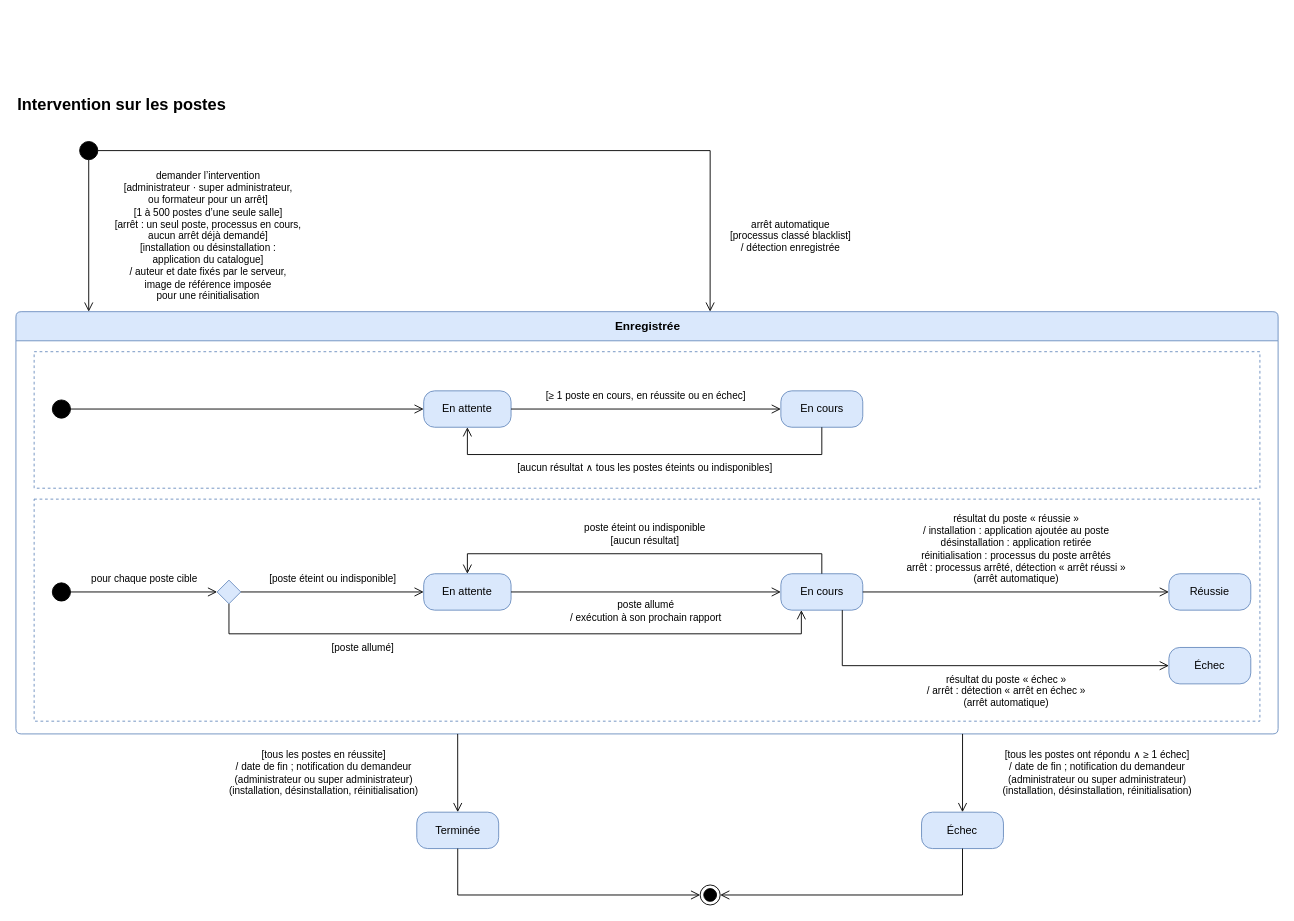
The draw.io diagram page "Intervention sur les postes" (2 of 4) of docs/02-ANALYSE/03-ANALYSE/01-DIAGRAMMES-ETATS.drawio in bpierrelouis/aster, before the edit. Source tidied: cells renumbered, new cells numbered last; positions are measured from the earlier drawing's top-left corner, leaving out a move shared by most shapes. Both pictures are drawn from the tidied source at 91%, with x=0, y=0 at pixel (15, 91).
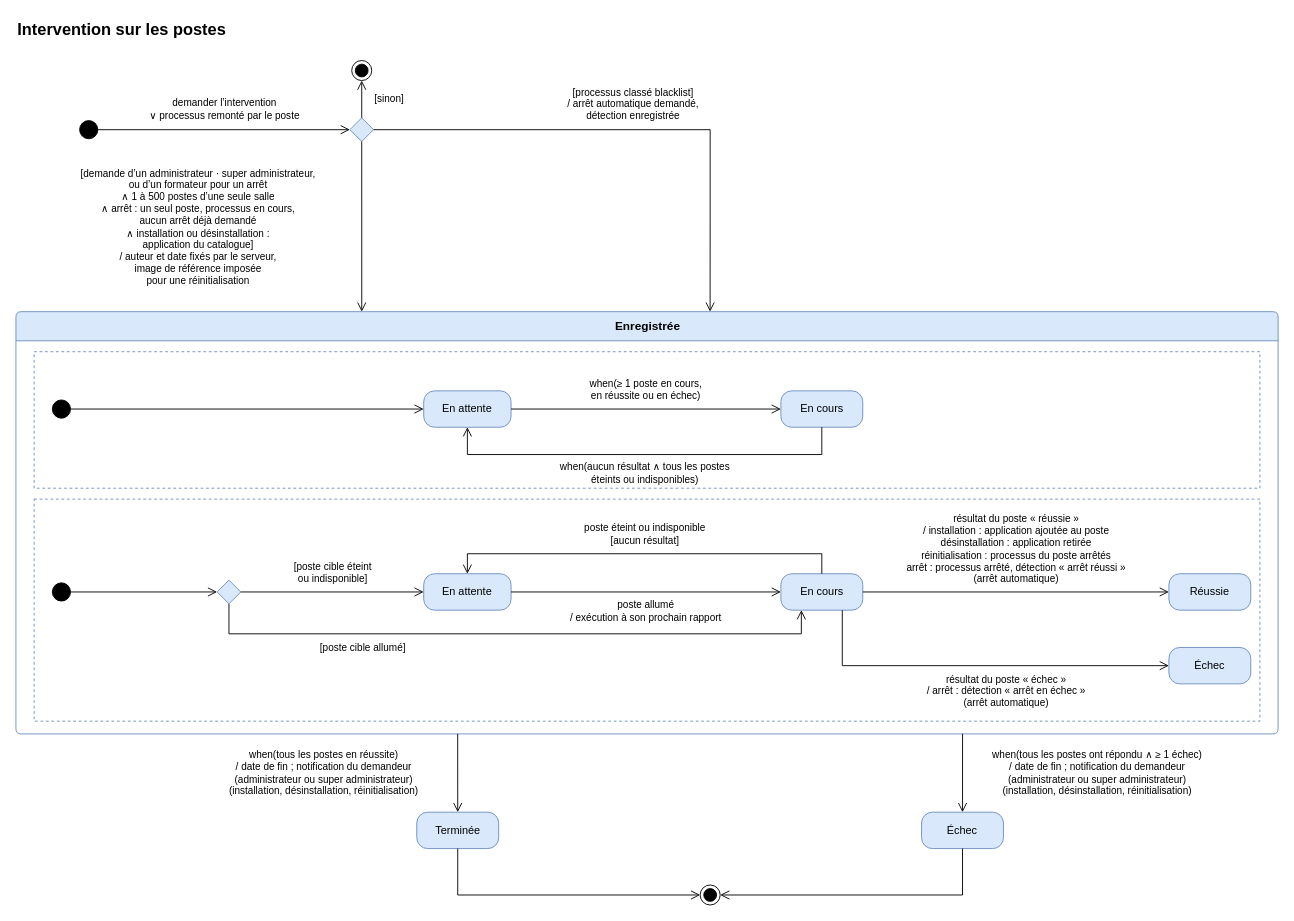
The same page after the edit.

The change refers to these unchanged cells:
```xml
<mxCell id="4" value="Enregistrée" style="swimlane;html=1;rounded=1;arcSize=6;startSize=32;fontSize=13;fontStyle=1;fillColor=#dae8fc;strokeColor=#6c8ebf;swimlaneFillColor=#ffffff;" parent="1" vertex="1">
  <mxGeometry y="242" width="1387" height="464" as="geometry" />
</mxCell>
<mxCell id="8" value="En attente" style="rounded=1;arcSize=30;whiteSpace=wrap;html=1;fontSize=12;fillColor=#dae8fc;strokeColor=#6c8ebf;" parent="5" vertex="1">
  <mxGeometry x="428.1" y="43" width="96" height="40" as="geometry" />
</mxCell>
<mxCell id="9" value="En cours" style="rounded=1;arcSize=30;whiteSpace=wrap;html=1;fontSize=12;fillColor=#dae8fc;strokeColor=#6c8ebf;" parent="5" vertex="1">
  <mxGeometry x="820.6" y="43" width="90" height="40" as="geometry" />
</mxCell>
<mxCell id="10" style="ellipse;html=1;fillColor=#000000;strokeColor=#000000;fontSize=11;" parent="6" vertex="1">
  <mxGeometry x="20" y="92" width="20" height="20" as="geometry" />
</mxCell>
<mxCell id="11" style="rhombus;html=1;fillColor=#dae8fc;strokeColor=#6c8ebf;" parent="6" vertex="1">
  <mxGeometry x="201.1" y="89" width="26" height="26" as="geometry" />
</mxCell>
<mxCell id="12" value="En attente" style="rounded=1;arcSize=30;whiteSpace=wrap;html=1;fontSize=12;fillColor=#dae8fc;strokeColor=#6c8ebf;" parent="6" vertex="1">
  <mxGeometry x="428.1" y="82" width="96" height="40" as="geometry" />
</mxCell>
<mxCell id="13" value="En cours" style="rounded=1;arcSize=30;whiteSpace=wrap;html=1;fontSize=12;fillColor=#dae8fc;strokeColor=#6c8ebf;" parent="6" vertex="1">
  <mxGeometry x="820.6" y="82" width="90" height="40" as="geometry" />
</mxCell>
<mxCell id="16" value="Terminée" style="rounded=1;arcSize=30;whiteSpace=wrap;html=1;fontSize=12;fillColor=#dae8fc;strokeColor=#6c8ebf;" parent="1" vertex="1">
  <mxGeometry x="440.5" y="792" width="90" height="40" as="geometry" />
</mxCell>
<mxCell id="17" value="Échec" style="rounded=1;arcSize=30;whiteSpace=wrap;html=1;fontSize=12;fillColor=#dae8fc;strokeColor=#6c8ebf;" parent="1" vertex="1">
  <mxGeometry x="995.2" y="792" width="90" height="40" as="geometry" />
</mxCell>
```

What changed in the source:
```diff
@@
     <mxCell id="2" value="Intervention sur les postes" style="text;html=1;align=left;verticalAlign=middle;strokeColor=none;fillColor=none;fontSize=18;fontStyle=1;" parent="1" vertex="1">
-      <mxGeometry width="600" height="30" as="geometry" />
+      <mxGeometry y="-83" width="600" height="30" as="geometry" />
     </mxCell>
     <mxCell id="3" style="ellipse;html=1;fillColor=#000000;strokeColor=#000000;fontSize=11;" parent="1" vertex="1">
-      <mxGeometry x="70" y="55" width="20" height="20" as="geometry" />
+      <mxGeometry x="70" y="32" width="20" height="20" as="geometry" />
     </mxCell>
+    <mxCell id="35" style="rhombus;html=1;fillColor=#dae8fc;strokeColor=#6c8ebf;" parent="1" vertex="1">
+      <mxGeometry x="367" y="29" width="26" height="26" as="geometry" />
+    </mxCell>
+    <mxCell id="36" style="ellipse;html=1;shape=endState;fillColor=#000000;strokeColor=#000000;fontSize=11;" parent="1" vertex="1">
+      <mxGeometry x="369" y="-34" width="22" height="22" as="geometry" />
+    </mxCell>
@@
-    <mxCell id="19" value="demander l’intervention&lt;br&gt;[administrateur · super administrateur,&lt;br&gt;ou formateur pour un arrêt]&lt;br&gt;[1 à 500 postes d’une seule salle]&lt;br&gt;[arrêt : un seul poste, processus en cours,&lt;br&gt;aucun arrêt déjà demandé]&lt;br&gt;[installation ou désinstallation :&lt;br&gt;application du catalogue]&lt;br&gt;/ auteur et date fixés par le serveur,&lt;br&gt;image de référence imposée&lt;br&gt;pour une réinitialisation" style="edgeStyle=orthogonalEdgeStyle;endArrow=open;endSize=8;html=1;rounded=0;fontSize=11;labelBackgroundColor=#ffffff;jumpStyle=arc;jumpSize=10;exitX=0.5;exitY=1;exitDx=0;exitDy=0;entryX=0.05767844268204758;entryY=0;entryDx=0;entryDy=0;" parent="1" edge="1" source="3" target="4">
+    <mxCell id="19" value="demander l’intervention&lt;br&gt;∨ processus remonté par le poste" style="edgeStyle=orthogonalEdgeStyle;endArrow=open;endSize=8;html=1;rounded=0;fontSize=11;labelBackgroundColor=#ffffff;jumpStyle=arc;jumpSize=10;exitX=1;exitY=0.5;exitDx=0;exitDy=0;entryX=0;entryY=0.5;entryDx=0;entryDy=0;" parent="1" edge="1" source="3" target="35">
       <mxGeometry relative="1" as="geometry">
-        <mxPoint x="130.6" as="offset" />
+        <mxPoint y="-22" as="offset" />
       </mxGeometry>
     </mxCell>
+    <mxCell id="37" value="[demande d’un administrateur · super administrateur,&lt;br&gt;ou d’un formateur pour un arrêt&lt;br&gt;∧ 1 à 500 postes d’une seule salle&lt;br&gt;∧ arrêt : un seul poste, processus en cours,&lt;br&gt;aucun arrêt déjà demandé&lt;br&gt;∧ installation ou désinstallation :&lt;br&gt;application du catalogue]&lt;br&gt;/ auteur et date fixés par le serveur,&lt;br&gt;image de référence imposée&lt;br&gt;pour une réinitialisation" style="edgeStyle=orthogonalEdgeStyle;endArrow=open;endSize=8;html=1;rounded=0;fontSize=11;labelBackgroundColor=#ffffff;jumpStyle=arc;jumpSize=10;exitX=0.5;exitY=1;exitDx=0;exitDy=0;entryX=0.274;entryY=0;entryDx=0;entryDy=0;" parent="1" edge="1" source="35" target="4">
+      <mxGeometry relative="1" as="geometry">
+        <mxPoint x="-180" as="offset" />
+      </mxGeometry>
+    </mxCell>
+    <mxCell id="38" value="[sinon]" style="edgeStyle=orthogonalEdgeStyle;endArrow=open;endSize=8;html=1;rounded=0;fontSize=11;labelBackgroundColor=#ffffff;jumpStyle=arc;jumpSize=10;exitX=0.5;exitY=0;exitDx=0;exitDy=0;entryX=0.5;entryY=1;entryDx=0;entryDy=0;" parent="1" edge="1" source="35" target="36">
+      <mxGeometry relative="1" as="geometry">
+        <mxPoint x="30" as="offset" />
+      </mxGeometry>
+    </mxCell>
-    <mxCell id="20" value="arrêt automatique&lt;br&gt;[processus classé blacklist]&lt;br&gt;/ détection enregistrée" style="edgeStyle=orthogonalEdgeStyle;endArrow=open;endSize=8;html=1;rounded=0;fontSize=11;labelBackgroundColor=#ffffff;jumpStyle=arc;jumpSize=10;exitX=1;exitY=0.5;exitDx=0;exitDy=0;entryX=0.55;entryY=0;entryDx=0;entryDy=0;" parent="1" edge="1" source="3" target="4">
+    <mxCell id="20" value="[processus classé blacklist]&lt;br&gt;/ arrêt automatique demandé,&lt;br&gt;détection enregistrée" style="edgeStyle=orthogonalEdgeStyle;endArrow=open;endSize=8;html=1;rounded=0;fontSize=11;labelBackgroundColor=#ffffff;jumpStyle=arc;jumpSize=10;exitX=1;exitY=0.5;exitDx=0;exitDy=0;entryX=0.55;entryY=0;entryDx=0;entryDy=0;" parent="1" edge="1" source="35" target="4">
       <mxGeometry relative="1" as="geometry">
         <Array as="points">
-          <mxPoint x="762.9" y="65" />
+          <mxPoint x="762.9" y="42" />
         </Array>
-        <mxPoint x="335.7" y="93.5" as="offset" />
+        <mxPoint y="-28" as="offset" />
       </mxGeometry>
     </mxCell>
-    <mxCell id="21" value="[tous les postes en réussite]&lt;br&gt;/ date de fin ; notification du demandeur&lt;br&gt;(administrateur ou super administrateur)&lt;br&gt;(installation, désinstallation, réinitialisation)" style="edgeStyle=orthogonalEdgeStyle;endArrow=open;endSize=8;html=1;rounded=0;fontSize=11;labelBackgroundColor=#ffffff;jumpStyle=arc;jumpSize=10;exitX=0.35000000000000003;exitY=1;exitDx=0;exitDy=0;entryX=0.5;entryY=0;entryDx=0;entryDy=0;" parent="1" edge="1" source="4" target="16">
+    <mxCell id="21" value="when(tous les postes en réussite)&lt;br&gt;/ date de fin ; notification du demandeur&lt;br&gt;(administrateur ou super administrateur)&lt;br&gt;(installation, désinstallation, réinitialisation)" style="edgeStyle=orthogonalEdgeStyle;endArrow=open;endSize=8;html=1;rounded=0;fontSize=11;labelBackgroundColor=#ffffff;jumpStyle=arc;jumpSize=10;exitX=0.35000000000000003;exitY=1;exitDx=0;exitDy=0;entryX=0.5;entryY=0;entryDx=0;entryDy=0;" parent="1" edge="1" source="4" target="16">
       <mxGeometry relative="1" as="geometry">
         <mxPoint x="-147.6" as="offset" />
       </mxGeometry>
     </mxCell>
-    <mxCell id="22" value="[tous les postes ont répondu ∧ ≥ 1 échec]&lt;br&gt;/ date de fin ; notification du demandeur&lt;br&gt;(administrateur ou super administrateur)&lt;br&gt;(installation, désinstallation, réinitialisation)" style="edgeStyle=orthogonalEdgeStyle;endArrow=open;endSize=8;html=1;rounded=0;fontSize=11;labelBackgroundColor=#ffffff;jumpStyle=arc;jumpSize=10;exitX=0.75;exitY=1;exitDx=0;exitDy=0;entryX=0.5;entryY=0;entryDx=0;entryDy=0;" parent="1" edge="1" source="4" target="17">
+    <mxCell id="22" value="when(tous les postes ont répondu ∧ ≥ 1 échec)&lt;br&gt;/ date de fin ; notification du demandeur&lt;br&gt;(administrateur ou super administrateur)&lt;br&gt;(installation, désinstallation, réinitialisation)" style="edgeStyle=orthogonalEdgeStyle;endArrow=open;endSize=8;html=1;rounded=0;fontSize=11;labelBackgroundColor=#ffffff;jumpStyle=arc;jumpSize=10;exitX=0.75;exitY=1;exitDx=0;exitDy=0;entryX=0.5;entryY=0;entryDx=0;entryDy=0;" parent="1" edge="1" source="4" target="17">
       <mxGeometry relative="1" as="geometry">
         <mxPoint x="147.7" as="offset" />
       </mxGeometry>
     </mxCell>
@@
-    <mxCell id="26" value="[≥ 1 poste en cours, en réussite ou en échec]" style="edgeStyle=orthogonalEdgeStyle;endArrow=open;endSize=8;html=1;rounded=0;fontSize=11;labelBackgroundColor=#ffffff;jumpStyle=arc;jumpSize=10;exitX=1;exitY=0.5;exitDx=0;exitDy=0;entryX=0;entryY=0.5;entryDx=0;entryDy=0;" parent="1" edge="1" source="8" target="9">
+    <mxCell id="26" value="when(≥ 1 poste en cours,&lt;br&gt;en réussite ou en échec)" style="edgeStyle=orthogonalEdgeStyle;endArrow=open;endSize=8;html=1;rounded=0;fontSize=11;labelBackgroundColor=#ffffff;jumpStyle=arc;jumpSize=10;exitX=1;exitY=0.5;exitDx=0;exitDy=0;entryX=0;entryY=0.5;entryDx=0;entryDy=0;" parent="1" edge="1" source="8" target="9">
       <mxGeometry relative="1" as="geometry">
-        <mxPoint y="-14.5" as="offset" />
+        <mxPoint y="-21" as="offset" />
       </mxGeometry>
     </mxCell>
-    <mxCell id="27" value="[aucun résultat ∧ tous les postes éteints ou indisponibles]" style="edgeStyle=orthogonalEdgeStyle;endArrow=open;endSize=8;html=1;rounded=0;fontSize=11;labelBackgroundColor=#ffffff;jumpStyle=arc;jumpSize=10;exitX=0.5;exitY=1;exitDx=0;exitDy=0;entryX=0.5;entryY=1;entryDx=0;entryDy=0;" parent="1" edge="1" source="9" target="8">
+    <mxCell id="27" value="when(aucun résultat ∧ tous les postes&lt;br&gt;éteints ou indisponibles)" style="edgeStyle=orthogonalEdgeStyle;endArrow=open;endSize=8;html=1;rounded=0;fontSize=11;labelBackgroundColor=#ffffff;jumpStyle=arc;jumpSize=10;exitX=0.5;exitY=1;exitDx=0;exitDy=0;entryX=0.5;entryY=1;entryDx=0;entryDy=0;" parent="1" edge="1" source="9" target="8">
       <mxGeometry relative="1" as="geometry">
         <Array as="points">
           <mxPoint x="885.6" y="399" />
           <mxPoint x="496.1" y="399" />
         </Array>
-        <mxPoint y="14.5" as="offset" />
+        <mxPoint y="21" as="offset" />
       </mxGeometry>
     </mxCell>
-    <mxCell id="28" value="pour chaque poste cible" style="edgeStyle=orthogonalEdgeStyle;endArrow=open;endSize=8;html=1;rounded=0;fontSize=11;labelBackgroundColor=#ffffff;jumpStyle=arc;jumpSize=10;exitX=1;exitY=0.5;exitDx=0;exitDy=0;entryX=0;entryY=0.5;entryDx=0;entryDy=0;" parent="1" edge="1" source="10" target="11">
-      <mxGeometry relative="1" as="geometry">
-        <mxPoint y="-14.5" as="offset" />
-      </mxGeometry>
+    <mxCell id="28" style="edgeStyle=orthogonalEdgeStyle;endArrow=open;endSize=8;html=1;rounded=0;fontSize=11;labelBackgroundColor=#ffffff;jumpStyle=arc;jumpSize=10;exitX=1;exitY=0.5;exitDx=0;exitDy=0;entryX=0;entryY=0.5;entryDx=0;entryDy=0;" parent="1" edge="1" source="10" target="11">
+      <mxGeometry relative="1" as="geometry" />
     </mxCell>
-    <mxCell id="29" value="[poste éteint ou indisponible]" style="edgeStyle=orthogonalEdgeStyle;endArrow=open;endSize=8;html=1;rounded=0;fontSize=11;labelBackgroundColor=#ffffff;jumpStyle=arc;jumpSize=10;exitX=1;exitY=0.5;exitDx=0;exitDy=0;entryX=0;entryY=0.5;entryDx=0;entryDy=0;" parent="1" edge="1" source="11" target="12">
+    <mxCell id="29" value="[poste cible éteint&lt;br&gt;ou indisponible]" style="edgeStyle=orthogonalEdgeStyle;endArrow=open;endSize=8;html=1;rounded=0;fontSize=11;labelBackgroundColor=#ffffff;jumpStyle=arc;jumpSize=10;exitX=1;exitY=0.5;exitDx=0;exitDy=0;entryX=0;entryY=0.5;entryDx=0;entryDy=0;" parent="1" edge="1" source="11" target="12">
       <mxGeometry relative="1" as="geometry">
-        <mxPoint y="-14.5" as="offset" />
+        <mxPoint y="-21" as="offset" />
       </mxGeometry>
     </mxCell>
-    <mxCell id="30" value="[poste allumé]" style="edgeStyle=orthogonalEdgeStyle;endArrow=open;endSize=8;html=1;rounded=0;fontSize=11;labelBackgroundColor=#ffffff;jumpStyle=arc;jumpSize=10;exitX=0.5;exitY=1;exitDx=0;exitDy=0;entryX=0.25;entryY=1;entryDx=0;entryDy=0;" parent="1" edge="1" source="11" target="13">
+    <mxCell id="30" value="[poste cible allumé]" style="edgeStyle=orthogonalEdgeStyle;endArrow=open;endSize=8;html=1;rounded=0;fontSize=11;labelBackgroundColor=#ffffff;jumpStyle=arc;jumpSize=10;exitX=0.5;exitY=1;exitDx=0;exitDy=0;entryX=0.25;entryY=1;entryDx=0;entryDy=0;" parent="1" edge="1" source="11" target="13">
       <mxGeometry relative="1" as="geometry">
         <Array as="points">
           <mxPoint x="234.1" y="596" />
           <mxPoint x="863.1" y="596" />
         </Array>
         <mxPoint x="-164" y="14.5" as="offset" />
       </mxGeometry>
     </mxCell>
```
